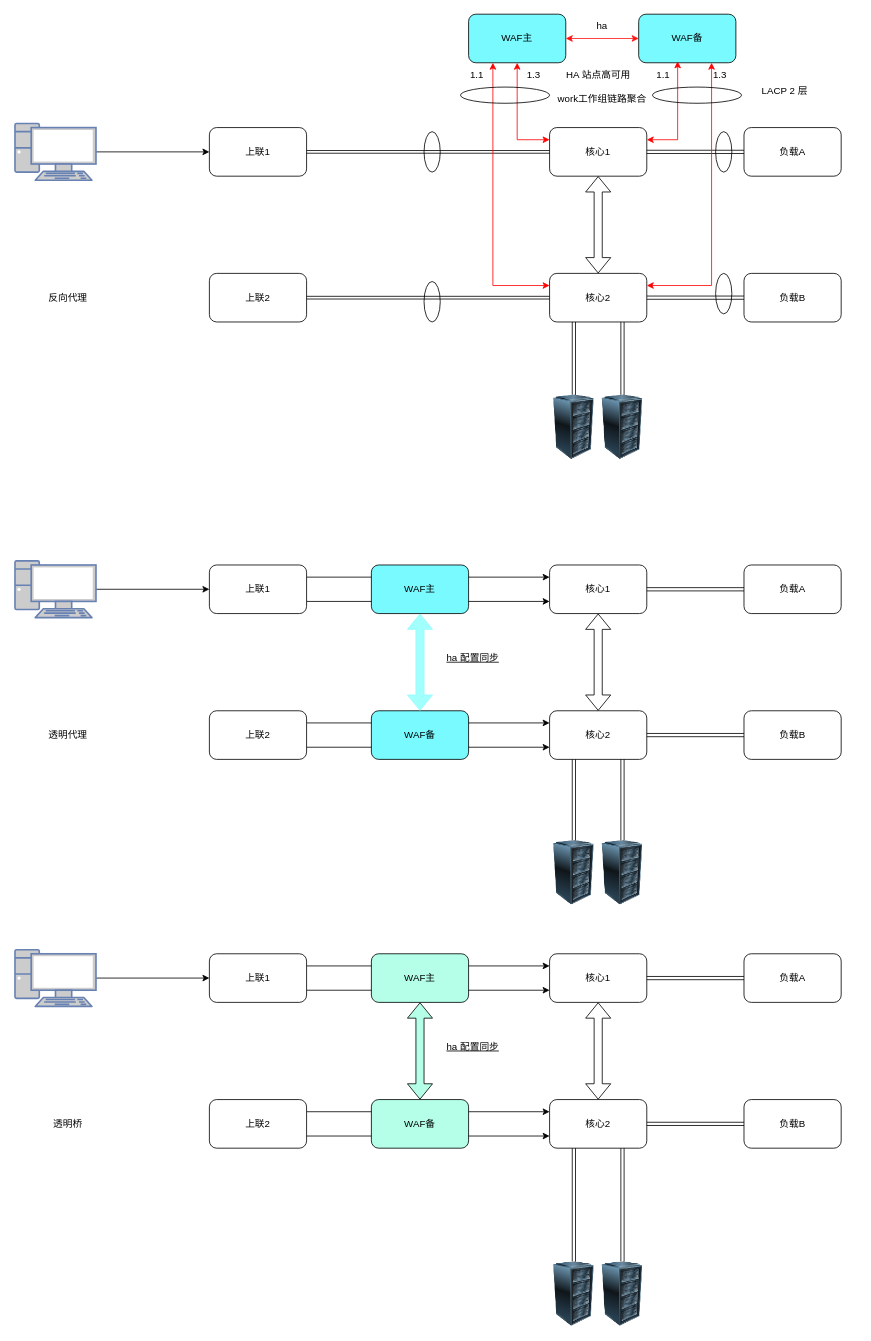
This is 考核拓扑图接线.drawio from watericecode/watericecode.github.io, a draw.io file, before an edit. Source tidied: cells renumbered, new cells numbered last; positions are measured from the earlier drawing's top-left corner, leaving out a move shared by most shapes. Both pictures are drawn from the tidied source at 81%, with x=0, y=0 at pixel (15, 14).
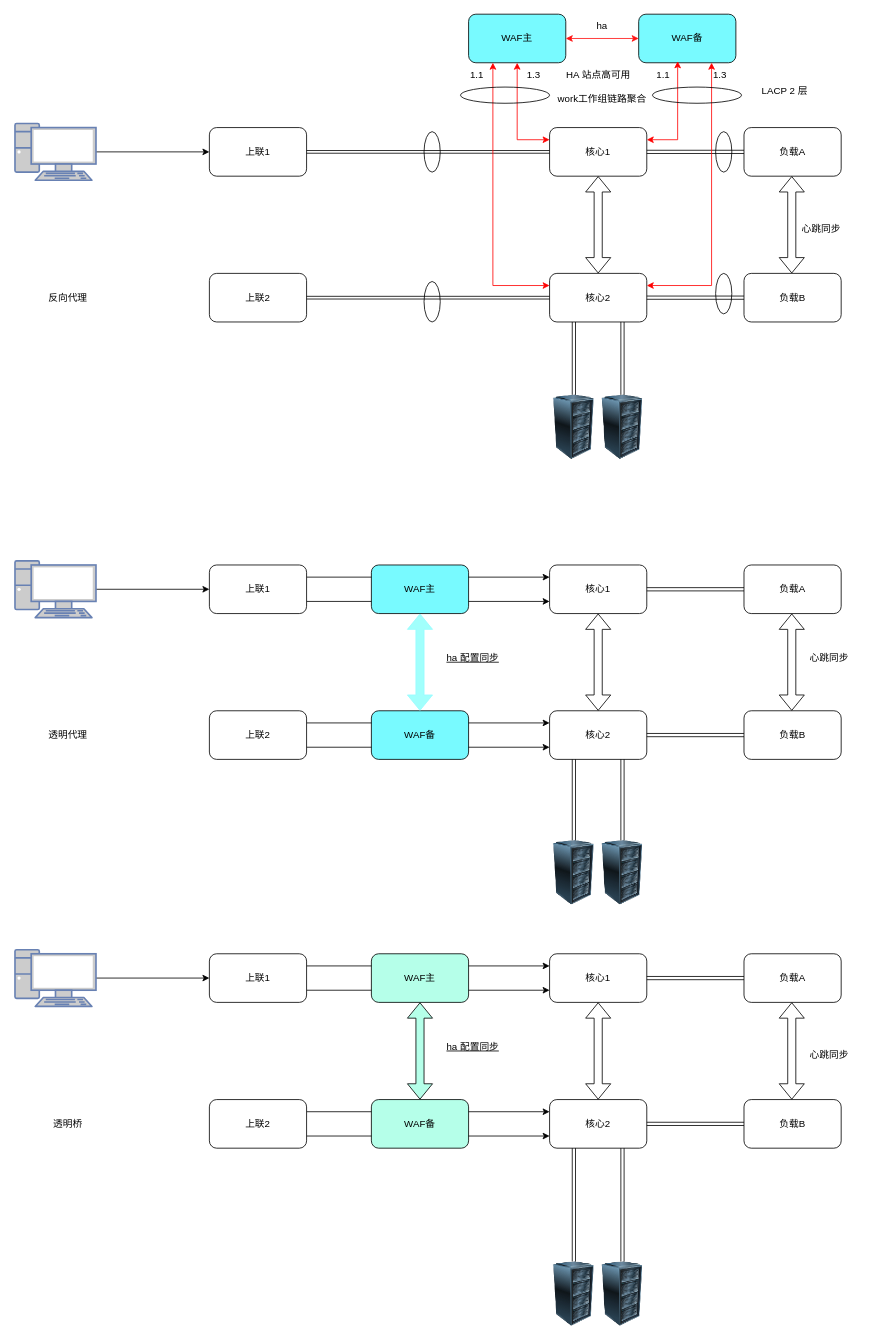
The same diagram, later.

Commit message:
更新考核拓扑图接线.drawio

What changed in the source:
```diff
@@
+    <mxCell id="89" style="shape=flexArrow;endArrow=classic;startArrow=classic;html=1;rounded=0;entryX=0.5;entryY=1;entryDx=0;entryDy=0;exitX=0.5;exitY=0;exitDx=0;exitDy=0;" parent="1" edge="1">
+      <mxGeometry relative="1" as="geometry">
+        <mxPoint x="959" y="320" as="sourcePoint" />
+        <mxPoint x="959" y="200" as="targetPoint" />
+      </mxGeometry>
+    </mxCell>
+    <mxCell id="90" style="shape=flexArrow;endArrow=classic;startArrow=classic;html=1;rounded=0;entryX=0.5;entryY=1;entryDx=0;entryDy=0;exitX=0.5;exitY=0;exitDx=0;exitDy=0;" parent="1" edge="1">
+      <mxGeometry relative="1" as="geometry">
+        <mxPoint x="959" y="860" as="sourcePoint" />
+        <mxPoint x="959" y="740" as="targetPoint" />
+      </mxGeometry>
+    </mxCell>
+    <mxCell id="91" style="shape=flexArrow;endArrow=classic;startArrow=classic;html=1;rounded=0;entryX=0.5;entryY=1;entryDx=0;entryDy=0;exitX=0.5;exitY=0;exitDx=0;exitDy=0;" parent="1" edge="1">
+      <mxGeometry relative="1" as="geometry">
+        <mxPoint x="959" y="1340" as="sourcePoint" />
+        <mxPoint x="959" y="1220" as="targetPoint" />
+      </mxGeometry>
+    </mxCell>
+    <mxCell id="92" value="心跳同步" style="text;html=1;align=center;verticalAlign=middle;strokeColor=none;fillColor=none;" parent="1" vertex="1">
+      <mxGeometry x="970" y="780" width="70" height="30" as="geometry" />
+    </mxCell>
+    <mxCell id="93" value="心跳同步" style="text;html=1;align=center;verticalAlign=middle;strokeColor=none;fillColor=none;" parent="1" vertex="1">
+      <mxGeometry x="960" y="250" width="70" height="30" as="geometry" />
+    </mxCell>
+    <mxCell id="94" value="心跳同步" style="text;html=1;align=center;verticalAlign=middle;strokeColor=none;fillColor=none;" parent="1" vertex="1">
+      <mxGeometry x="970" y="1270" width="70" height="30" as="geometry" />
+    </mxCell>
```
